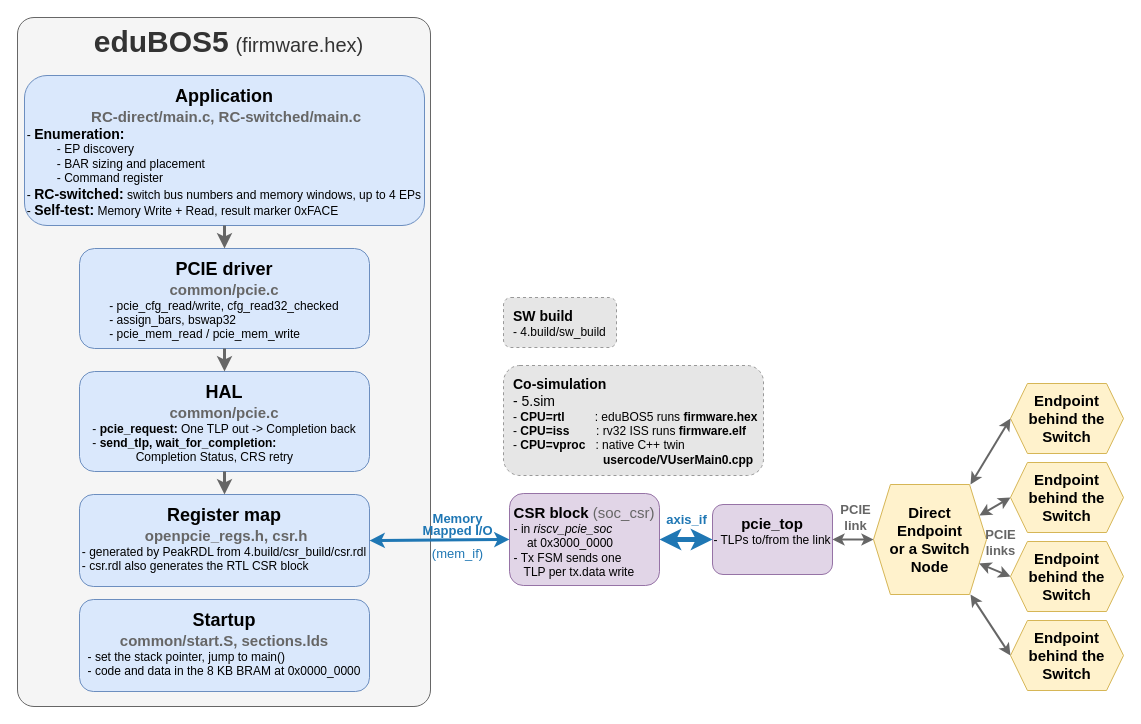
Earlier version of the draw.io diagram 0.doc/3.sw/sw-structure.drawio (chili-chips-ba/openPCIE). Source tidied: cells renumbered, new cells numbered last; positions are measured from the earlier drawing's top-left corner, leaving out a move shared by most shapes. Both pictures are drawn from the tidied source at 100%, with x=0, y=0 at pixel (17, 17).
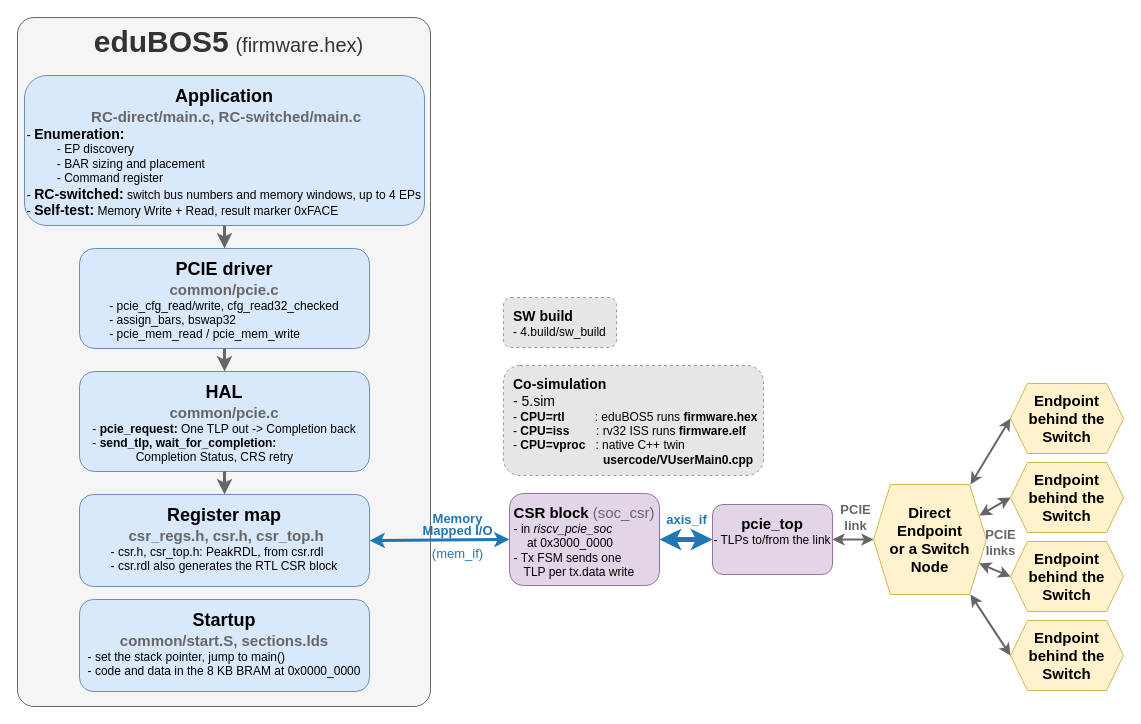
The same diagram, later.

What changed in the source:
```diff
@@
-    <mxCell id="6" value="&lt;b&gt;&lt;font style=&quot;font-size: 18px;&quot;&gt;Register map&lt;/font&gt;&lt;/b&gt;&lt;div&gt;&lt;b&gt;&lt;font style=&quot;font-size: 15px;&quot;&gt;&amp;nbsp;&lt;span style=&quot;color: rgb(102, 102, 102);&quot;&gt;openpcie_regs.h, csr.h&lt;/span&gt;&lt;/font&gt;&lt;/b&gt;&lt;div style=&quot;text-align: left;&quot;&gt;- generated by PeakRDL from 4.build/csr_build/csr.rdl&lt;br&gt;- csr.rdl also generates the RTL CSR block&lt;/div&gt;&lt;/div&gt;" style="rounded=1;whiteSpace=wrap;html=1;fillColor=#dae8fc;strokeColor=#6c8ebf;align=center;verticalAlign=top;spacingTop=4;" parent="1" vertex="1">
+    <mxCell id="6" value="&lt;b&gt;&lt;font style=&quot;font-size: 18px;&quot;&gt;Register map&lt;/font&gt;&lt;/b&gt;&lt;div&gt;&lt;b&gt;&lt;font style=&quot;font-size: 15px;&quot;&gt;&amp;nbsp;&lt;span style=&quot;color: rgb(102, 102, 102);&quot;&gt;csr_regs.h, csr.h, csr_top.h&lt;/span&gt;&lt;/font&gt;&lt;/b&gt;&lt;div style=&quot;text-align: left;&quot;&gt;- csr.h, csr_top.h: PeakRDL, from csr.rdl&lt;br&gt;- csr.rdl also generates the RTL CSR block&lt;/div&gt;&lt;/div&gt;" style="rounded=1;whiteSpace=wrap;html=1;fillColor=#dae8fc;strokeColor=#6c8ebf;align=center;verticalAlign=top;spacingTop=4;" parent="1" vertex="1">
       <mxGeometry x="62" y="477" width="290" height="92" as="geometry" />
     </mxCell>
```
